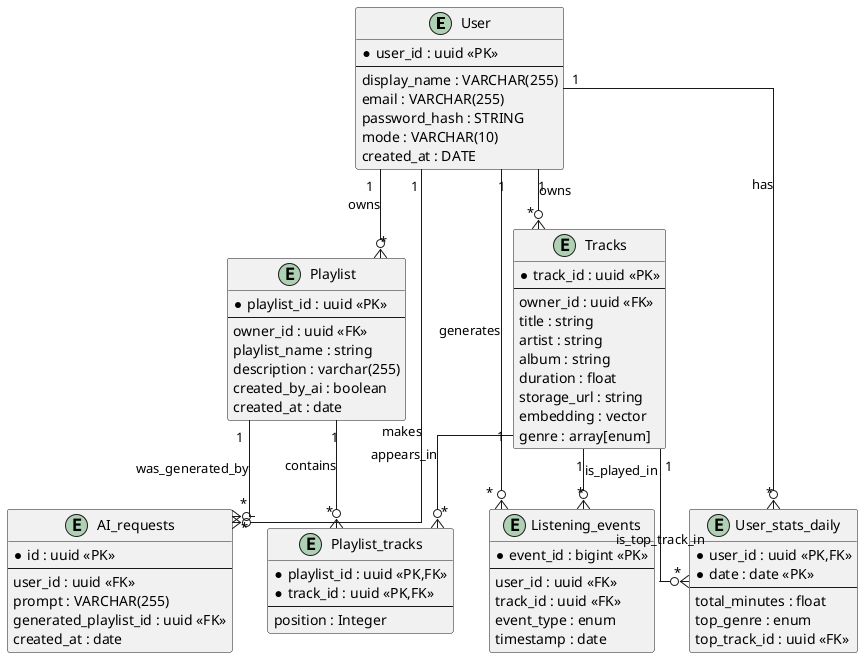
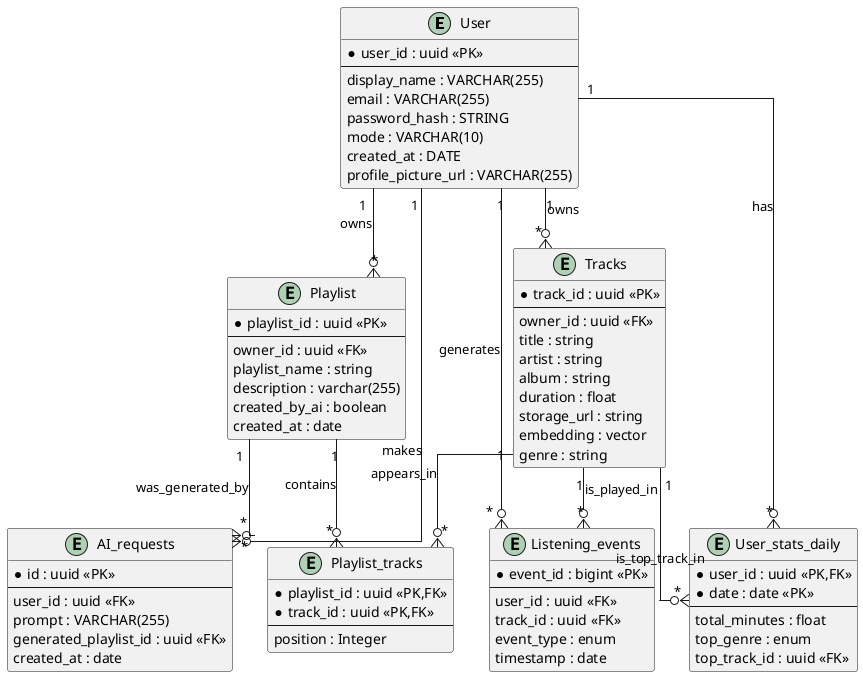
@startuml ModeloReproductorMusica

skinparam linetype ortho

entity "User" as user {
  *user_id : uuid <<PK>>
  --
  display_name : VARCHAR(255)
  email : VARCHAR(255)
  password_hash : STRING
  mode : VARCHAR(10)
  created_at : DATE
+   profile_picture_url : VARCHAR(255)
}

entity "Tracks" as tracks {
  *track_id : uuid <<PK>>
  --
  owner_id : uuid <<FK>>
  title : string
  artist : string
  album : string
  duration : float
  storage_url : string
  embedding : vector
-   genre : array[enum]
+   genre : string
}

entity "Playlist" as playlist {
  *playlist_id : uuid <<PK>>
  --
  owner_id : uuid <<FK>>
  playlist_name : string
  description : varchar(255)
  created_by_ai : boolean
  created_at : date
}

entity "Playlist_tracks" as playlist_tracks {
  *playlist_id : uuid <<PK,FK>>
  *track_id : uuid <<PK,FK>>
  --
  position : Integer
}

entity "Listening_events" as listening_events {
  *event_id : bigint <<PK>>
  --
  user_id : uuid <<FK>>
  track_id : uuid <<FK>>
  event_type : enum
  timestamp : date
}

entity "User_stats_daily" as user_stats_daily {
  *user_id : uuid <<PK,FK>>
  *date : date <<PK>>
  --
  total_minutes : float
  top_genre : enum
  top_track_id : uuid <<FK>>
}

entity "AI_requests" as ai_requests {
  *id : uuid <<PK>>
  --
  user_id : uuid <<FK>>
  prompt : VARCHAR(255)
  generated_playlist_id : uuid <<FK>>
  created_at : date
}

' --- Relaciones con cardinalidad explícita ---
user           "1" --o{ "*" tracks            : owns
user           "1" --o{ "*" playlist           : owns
user           "1" --o{ "*" listening_events   : generates
user           "1" --o{ "*" user_stats_daily   : has
user           "1" --o{ "*" ai_requests        : makes

playlist       "1" --o{ "*" playlist_tracks    : contains
tracks         "1" --o{ "*" playlist_tracks    : appears_in

tracks         "1" --o{ "*" listening_events   : is_played_in
tracks         "1" --o{ "*" user_stats_daily   : is_top_track_in

playlist       "1" --o{ "*" ai_requests        : was_generated_by

@enduml